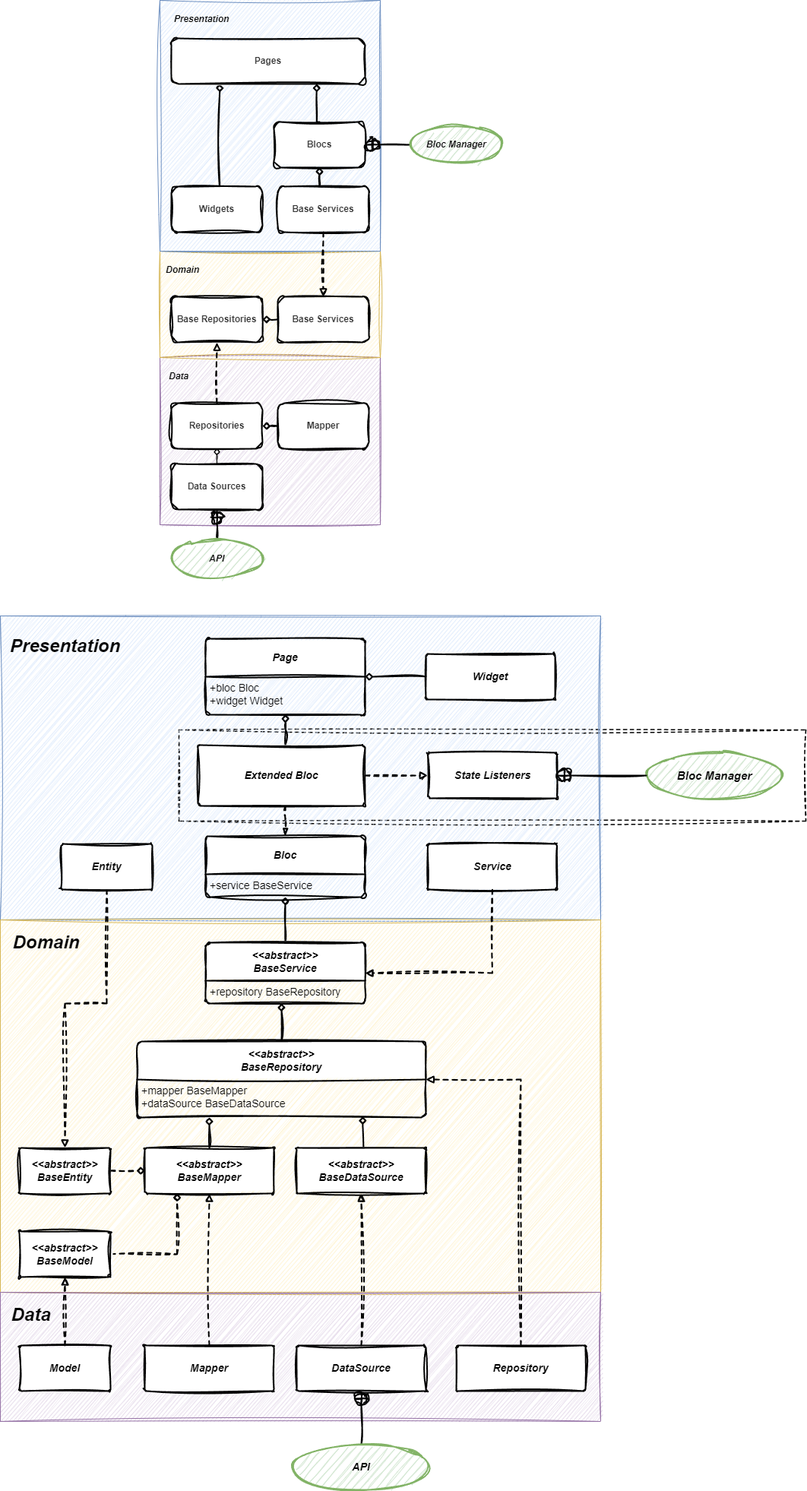
hamed-rezaee/flutter_component_architecture_poc keeps this draw.io diagram as architecture.drawio.png. Above is the earlier version. Source tidied: cells renumbered, new cells last; positions are measured from the earlier drawing's top-left corner, leaving out a move shared by most shapes.
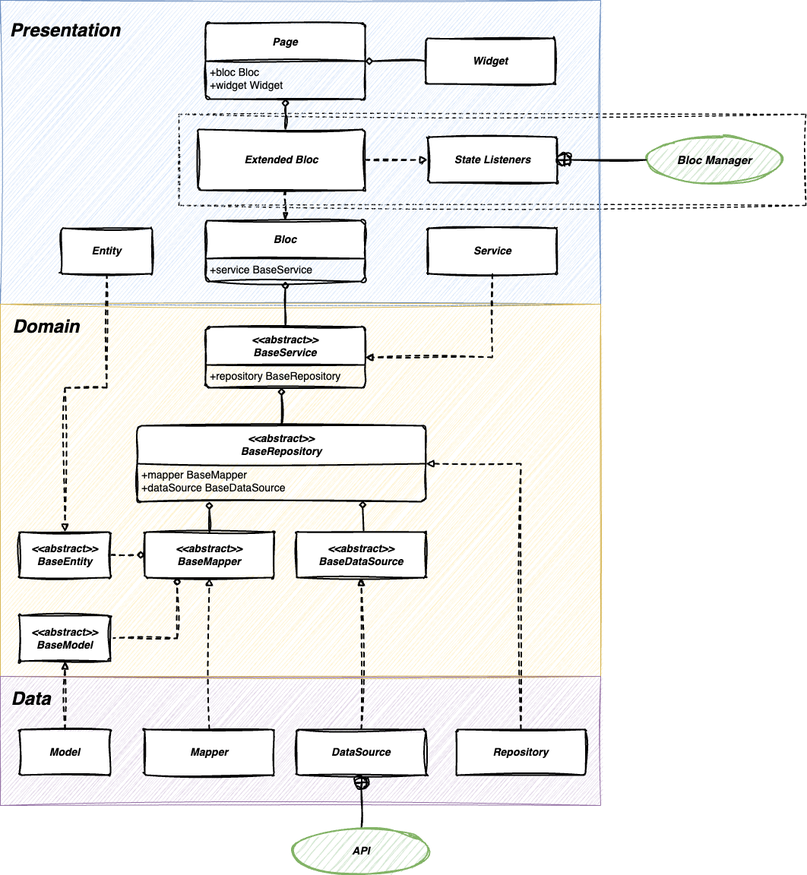
After the change.

Commit message:
update uml diagram

What changed in the source:
```diff
@@ -2,89 +2,9 @@
   <root>
     <mxCell id="0" />
     <mxCell id="1" parent="0" />
-    <mxCell id="2" style="rounded=0;whiteSpace=wrap;html=1;fillColor=#e1d5e7;strokeColor=#9673a6;sketch=1;curveFitting=1;jiggle=2;" parent="1" vertex="1">
-      <mxGeometry x="210" y="470" width="290" height="220" as="geometry" />
-    </mxCell>
     <mxCell id="3" style="rounded=0;whiteSpace=wrap;html=1;dashed=1;shadow=0;glass=0;fillColor=none;sketch=1;curveFitting=1;jiggle=2;strokeWidth=1.5;perimeterSpacing=1;strokeColor=#000000;" parent="1" vertex="1">
       <mxGeometry x="235" y="960" width="825" height="120" as="geometry" />
     </mxCell>
-    <mxCell id="4" value="&lt;b&gt;&lt;i&gt;Data&lt;/i&gt;&lt;/b&gt;" style="text;html=1;strokeColor=none;fillColor=none;align=center;verticalAlign=middle;whiteSpace=wrap;rounded=0;sketch=1;curveFitting=1;jiggle=2;" parent="1" vertex="1">
-      <mxGeometry x="210" y="480" width="50" height="30" as="geometry" />
-    </mxCell>
-    <mxCell id="5" value="Data Sources" style="rounded=1;whiteSpace=wrap;html=1;fillColor=#FFFFFF;fontColor=#333333;strokeColor=#000000;fontStyle=1;sketch=1;curveFitting=1;jiggle=2;strokeWidth=2;" parent="1" vertex="1">
-      <mxGeometry x="225" y="610" width="120" height="60" as="geometry" />
-    </mxCell>
-    <mxCell id="6" value="Repositories" style="rounded=1;whiteSpace=wrap;html=1;fillColor=#FFFFFF;fontColor=#333333;strokeColor=#000000;fontStyle=1;sketch=1;curveFitting=1;jiggle=2;strokeWidth=2;" parent="1" vertex="1">
-      <mxGeometry x="225" y="530" width="120" height="60" as="geometry" />
-    </mxCell>
-    <mxCell id="7" style="endArrow=diamond;html=1;rounded=0;exitX=0.5;exitY=0;exitDx=0;exitDy=0;entryX=0.5;entryY=1;entryDx=0;entryDy=0;endFill=0;sketch=1;curveFitting=1;jiggle=2;" parent="1" edge="1" source="5" target="6">
-      <mxGeometry relative="1" as="geometry" />
-    </mxCell>
-    <mxCell id="8" style="edgeStyle=orthogonalEdgeStyle;rounded=0;jettySize=auto;html=1;exitX=0;exitY=0.5;exitDx=0;exitDy=0;entryX=1;entryY=0.5;entryDx=0;entryDy=0;endArrow=diamond;endFill=0;sketch=1;curveFitting=1;jiggle=2;strokeWidth=2;" parent="1" edge="1" source="9" target="6">
-      <mxGeometry relative="1" as="geometry" />
-    </mxCell>
-    <mxCell id="9" value="Mapper" style="rounded=1;whiteSpace=wrap;html=1;fillColor=#FFFFFF;fontColor=#333333;strokeColor=#000000;fontStyle=1;sketch=1;curveFitting=1;jiggle=2;strokeWidth=2;" parent="1" vertex="1">
-      <mxGeometry x="365" y="530" width="120" height="60" as="geometry" />
-    </mxCell>
-    <mxCell id="10" style="edgeStyle=orthogonalEdgeStyle;rounded=0;jettySize=auto;html=1;entryX=0.5;entryY=1;entryDx=0;entryDy=0;endArrow=circlePlus;endFill=0;sketch=1;curveFitting=1;jiggle=2;strokeWidth=2;" parent="1" edge="1" source="11" target="5">
-      <mxGeometry relative="1" as="geometry" />
-    </mxCell>
-    <mxCell id="11" value="&lt;i&gt;API&lt;/i&gt;" style="ellipse;whiteSpace=wrap;html=1;fillColor=#d5e8d4;strokeColor=#82b366;fontStyle=1;sketch=1;curveFitting=1;jiggle=2;strokeWidth=2;" parent="1" vertex="1">
-      <mxGeometry x="225" y="710" width="120" height="50" as="geometry" />
-    </mxCell>
-    <mxCell id="12" style="rounded=0;whiteSpace=wrap;html=1;fillColor=#fff2cc;strokeColor=#d6b656;sketch=1;curveFitting=1;jiggle=2;" parent="1" vertex="1">
-      <mxGeometry x="210" y="330" width="290" height="140" as="geometry" />
-    </mxCell>
-    <mxCell id="13" value="&lt;b&gt;&lt;i&gt;Domain&lt;/i&gt;&lt;/b&gt;" style="text;html=1;strokeColor=none;fillColor=none;align=center;verticalAlign=middle;whiteSpace=wrap;rounded=0;sketch=1;curveFitting=1;jiggle=2;" parent="1" vertex="1">
-      <mxGeometry x="210" y="340" width="60" height="30" as="geometry" />
-    </mxCell>
-    <mxCell id="14" value="Base Repositories" style="rounded=1;whiteSpace=wrap;html=1;fillColor=#FFFFFF;strokeColor=#000000;fontColor=#333333;fontStyle=1;sketch=1;curveFitting=1;jiggle=2;strokeWidth=2;" parent="1" vertex="1">
-      <mxGeometry x="225" y="390" width="120" height="60" as="geometry" />
-    </mxCell>
-    <mxCell id="15" style="edgeStyle=orthogonalEdgeStyle;rounded=0;jettySize=auto;html=1;entryX=0.5;entryY=1;entryDx=0;entryDy=0;endArrow=block;endFill=0;sketch=1;curveFitting=1;jiggle=2;dashed=1;strokeWidth=2;" parent="1" edge="1" source="6" target="14">
-      <mxGeometry relative="1" as="geometry" />
-    </mxCell>
-    <mxCell id="16" style="edgeStyle=orthogonalEdgeStyle;rounded=0;jettySize=auto;html=1;exitX=0;exitY=0.5;exitDx=0;exitDy=0;entryX=1;entryY=0.5;entryDx=0;entryDy=0;endArrow=diamond;endFill=0;sketch=1;curveFitting=1;jiggle=2;strokeWidth=2;" parent="1" edge="1" source="17" target="14">
-      <mxGeometry relative="1" as="geometry" />
-    </mxCell>
-    <mxCell id="17" value="Base Services" style="rounded=1;whiteSpace=wrap;html=1;fillColor=#FFFFFF;fontColor=#333333;strokeColor=#000000;fontStyle=1;sketch=1;curveFitting=1;jiggle=2;strokeWidth=2;" parent="1" vertex="1">
-      <mxGeometry x="365" y="390" width="120" height="60" as="geometry" />
-    </mxCell>
-    <mxCell id="18" style="rounded=0;whiteSpace=wrap;html=1;fillColor=#dae8fc;strokeColor=#6c8ebf;sketch=1;curveFitting=1;jiggle=2;" parent="1" vertex="1">
-      <mxGeometry x="210" width="290" height="330" as="geometry" />
-    </mxCell>
-    <mxCell id="19" value="&lt;b&gt;&lt;i&gt;Presentation&lt;/i&gt;&lt;/b&gt;" style="text;html=1;strokeColor=none;fillColor=none;align=center;verticalAlign=middle;whiteSpace=wrap;rounded=0;sketch=1;curveFitting=1;jiggle=2;" parent="1" vertex="1">
-      <mxGeometry x="220" y="10" width="90" height="30" as="geometry" />
-    </mxCell>
-    <mxCell id="20" value="Blocs" style="rounded=1;whiteSpace=wrap;html=1;fillColor=#FFFFFF;fontColor=#333333;strokeColor=#000000;fontStyle=1;sketch=1;curveFitting=1;jiggle=2;strokeWidth=2;" parent="1" vertex="1">
-      <mxGeometry x="360" y="160" width="120" height="60" as="geometry" />
-    </mxCell>
-    <mxCell id="21" style="edgeStyle=orthogonalEdgeStyle;rounded=0;jettySize=auto;html=1;exitX=0.5;exitY=0;exitDx=0;exitDy=0;entryX=0.75;entryY=1;entryDx=0;entryDy=0;endArrow=diamond;endFill=0;sketch=1;curveFitting=1;jiggle=2;strokeWidth=2;" parent="1" edge="1" source="20" target="24">
-      <mxGeometry relative="1" as="geometry">
-        <Array as="points">
-          <mxPoint x="416" y="160" />
-        </Array>
-      </mxGeometry>
-    </mxCell>
-    <mxCell id="22" style="edgeStyle=orthogonalEdgeStyle;rounded=0;jettySize=auto;html=1;exitX=0.5;exitY=0;exitDx=0;exitDy=0;entryX=0.25;entryY=1;entryDx=0;entryDy=0;endArrow=diamond;endFill=0;sketch=1;curveFitting=1;jiggle=2;strokeWidth=2;" parent="1" edge="1" source="23" target="24">
-      <mxGeometry relative="1" as="geometry">
-        <Array as="points">
-          <mxPoint x="289" y="250" />
-        </Array>
-      </mxGeometry>
-    </mxCell>
-    <mxCell id="23" value="Widgets" style="rounded=1;whiteSpace=wrap;html=1;fillColor=#FFFFFF;fontColor=#333333;strokeColor=#000000;fontStyle=1;sketch=1;curveFitting=1;jiggle=2;strokeWidth=2;" parent="1" vertex="1">
-      <mxGeometry x="225" y="245" width="120" height="60" as="geometry" />
-    </mxCell>
-    <mxCell id="24" value="Pages" style="rounded=1;whiteSpace=wrap;html=1;fillColor=#FFFFFF;fontColor=#333333;strokeColor=#000000;fontStyle=1;sketch=1;curveFitting=1;jiggle=2;strokeWidth=2;" parent="1" vertex="1">
-      <mxGeometry x="225" y="50" width="255" height="60" as="geometry" />
-    </mxCell>
-    <mxCell id="25" style="edgeStyle=orthogonalEdgeStyle;rounded=0;jettySize=auto;html=1;exitX=0;exitY=0.5;exitDx=0;exitDy=0;endArrow=circlePlus;endFill=0;sketch=1;curveFitting=1;jiggle=2;entryX=1;entryY=0.5;entryDx=0;entryDy=0;strokeWidth=2;" parent="1" edge="1" source="26" target="20">
-      <mxGeometry relative="1" as="geometry" />
-    </mxCell>
-    <mxCell id="26" value="&lt;i&gt;Bloc Manager&lt;/i&gt;" style="ellipse;whiteSpace=wrap;html=1;fillColor=#d5e8d4;strokeColor=#82b366;fontStyle=1;sketch=1;curveFitting=1;jiggle=2;strokeWidth=2;" parent="1" vertex="1">
-      <mxGeometry x="540" y="165" width="120" height="50" as="geometry" />
-    </mxCell>
     <mxCell id="27" style="rounded=0;whiteSpace=wrap;html=1;fillColor=#dae8fc;strokeColor=#6c8ebf;sketch=1;curveFitting=1;jiggle=2;" parent="1" vertex="1">
       <mxGeometry y="810" width="790" height="400" as="geometry" />
     </mxCell>
@@ -219,18 +139,9 @@
     <mxCell id="65" value="&lt;span&gt;&lt;span&gt;&lt;font style=&quot;font-size: 14px;&quot;&gt;&lt;b&gt;&lt;i&gt;Extended Bloc&lt;/i&gt;&lt;/b&gt;&lt;br&gt;&lt;/font&gt;&lt;/span&gt;&lt;/span&gt;" style="rounded=1;whiteSpace=wrap;html=1;fontStyle=0;sketch=1;curveFitting=1;jiggle=2;fontSize=14;startSize=50;strokeWidth=2;shadow=0;dashed=0;arcSize=4;" parent="1" vertex="1">
       <mxGeometry x="260" y="980" width="220" height="80" as="geometry" />
     </mxCell>
-    <mxCell id="66" style="edgeStyle=orthogonalEdgeStyle;rounded=0;jettySize=auto;html=1;exitX=0.5;exitY=0;exitDx=0;exitDy=0;entryX=0.5;entryY=1;entryDx=0;entryDy=0;endArrow=diamond;endFill=0;sketch=1;curveFitting=1;jiggle=2;strokeWidth=2;" parent="1" edge="1" source="69" target="20">
-      <mxGeometry relative="1" as="geometry" />
-    </mxCell>
     <mxCell id="67" value="&lt;font style=&quot;font-size: 15px;&quot;&gt;&lt;i&gt;Bloc Manager&lt;/i&gt;&lt;/font&gt;" style="ellipse;whiteSpace=wrap;html=1;fontStyle=1;fontSize=12;fillColor=#d5e8d4;strokeColor=#82b366;sketch=1;curveFitting=1;jiggle=2;strokeWidth=2;" parent="1" vertex="1">
       <mxGeometry x="850" y="990" width="180" height="60" as="geometry" />
     </mxCell>
-    <mxCell id="68" style="edgeStyle=orthogonalEdgeStyle;rounded=0;jettySize=auto;html=1;exitX=0.5;exitY=1;exitDx=0;exitDy=0;entryX=0.5;entryY=0;entryDx=0;entryDy=0;endArrow=block;endFill=0;sketch=1;curveFitting=1;jiggle=2;dashed=1;strokeWidth=2;" parent="1" edge="1" source="69" target="17">
-      <mxGeometry relative="1" as="geometry" />
-    </mxCell>
-    <mxCell id="69" value="Base Services" style="rounded=1;whiteSpace=wrap;html=1;fillColor=#FFFFFF;fontColor=#333333;strokeColor=#000000;fontStyle=1;sketch=1;curveFitting=1;jiggle=2;strokeWidth=2;" parent="1" vertex="1">
-      <mxGeometry x="365" y="245" width="120" height="60" as="geometry" />
-    </mxCell>
     <mxCell id="70" style="edgeStyle=orthogonalEdgeStyle;rounded=0;jettySize=auto;html=1;entryX=0;entryY=0.5;entryDx=0;entryDy=0;sketch=1;curveFitting=1;jiggle=2;endArrow=block;endFill=1;dashed=1;strokeWidth=2;exitX=1;exitY=0.5;exitDx=0;exitDy=0;" parent="1" edge="1" source="65" target="71">
       <mxGeometry relative="1" as="geometry" />
     </mxCell>
```
